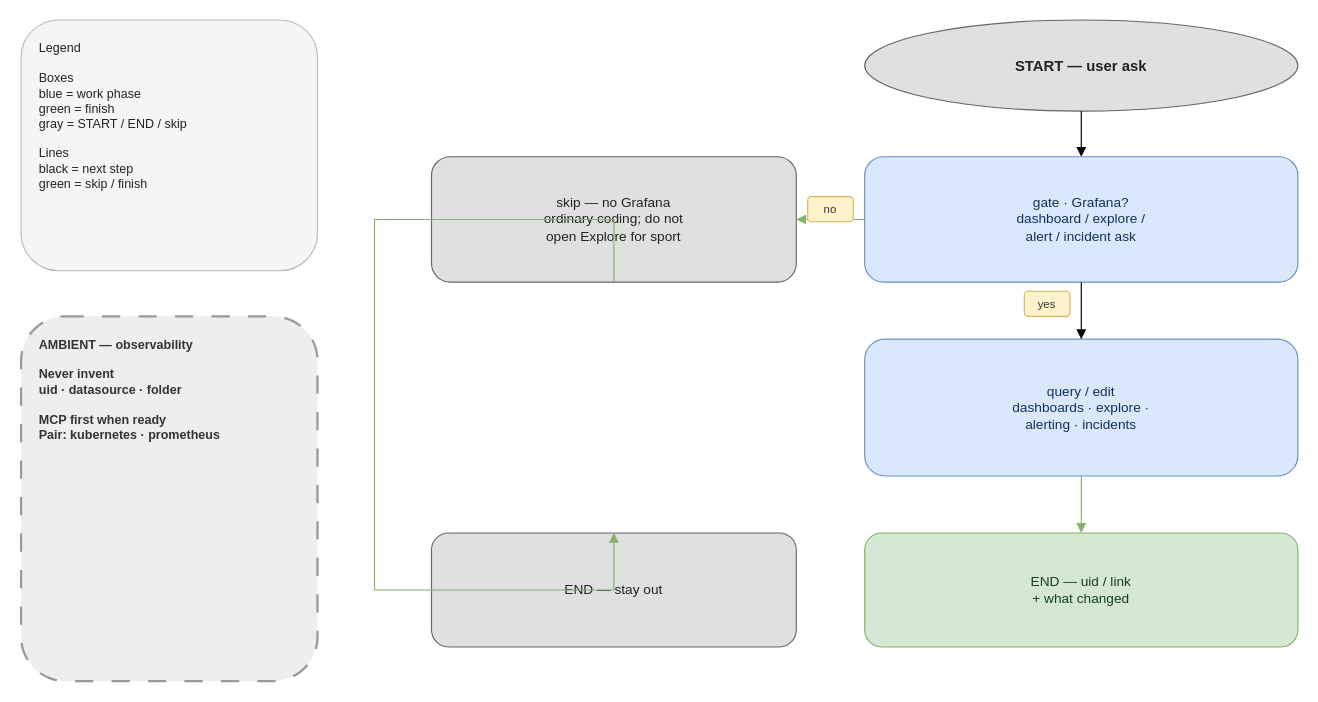
This is plugins/grafana/docs/grafana-workflow.drawio from nodadyoushutup/marketplace, a draw.io file, before an edit. Source tidied: cells renumbered, new cells numbered last; positions are measured from the earlier drawing's top-left corner, leaving out a move shared by most shapes. Both pictures are drawn from the tidied source at 114%, with x=0, y=0 at pixel (21, 19).
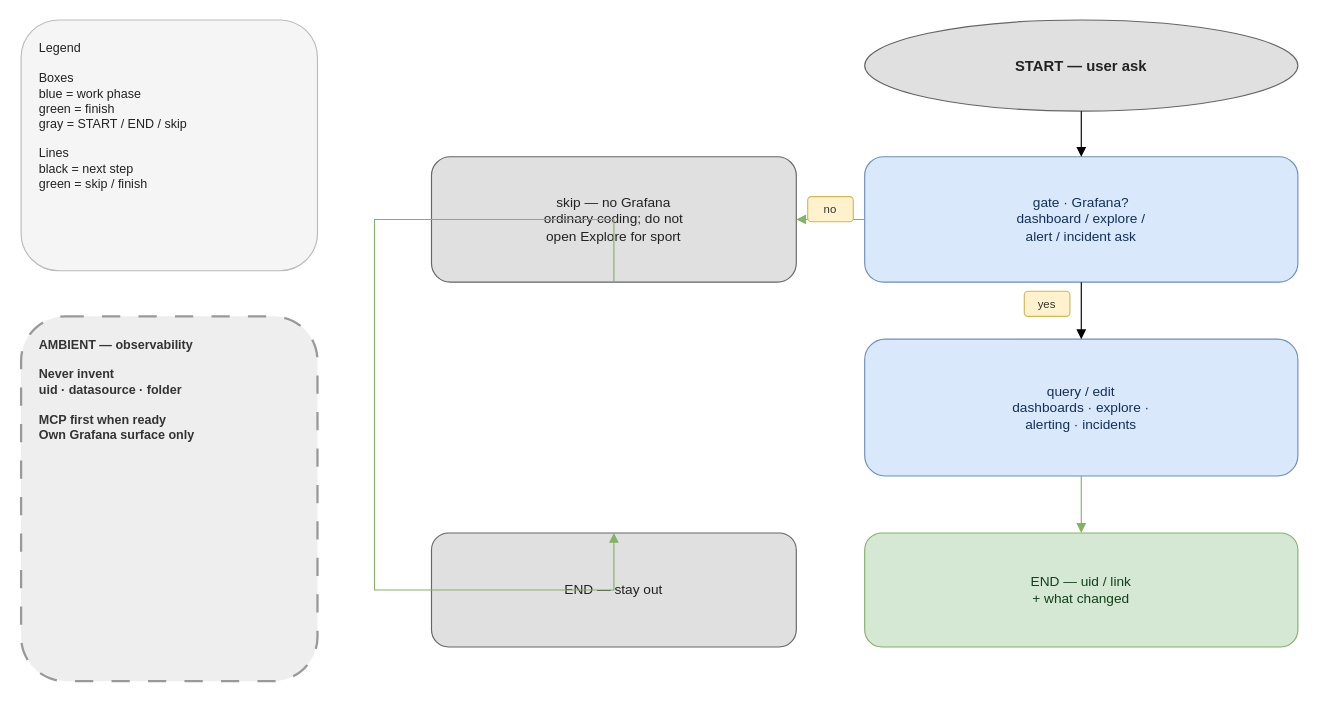
After the change.

What changed in the source:
```diff
@@
 <mxGraphModel>
   <root>
     <mxCell id="0" />
     <mxCell id="1" parent="0" />
     <mxCell id="2" value="Legend&#10;&#10;Boxes&#10;blue = work phase&#10;green = finish&#10;gray = START / END / skip&#10;&#10;Lines&#10;black = next step&#10;green = skip / finish" style="rounded=1;whiteSpace=wrap;html=1;align=left;verticalAlign=top;spacingLeft=14;spacingRight=14;spacingTop=12;spacingBottom=12;fontSize=11;fillColor=#f5f5f5;strokeColor=#bbbbbb;fontColor=#222222;" parent="1" vertex="1">
       <mxGeometry width="260" height="220" as="geometry" />
     </mxCell>
-    <mxCell id="3" value="AMBIENT — observability&#10;&#10;Never invent&#10;uid · datasource · folder&#10;&#10;MCP first when ready&#10;Pair: kubernetes · prometheus" style="rounded=1;whiteSpace=wrap;html=1;dashed=1;dashPattern=8 8;align=left;verticalAlign=top;spacingLeft=14;spacingRight=14;spacingTop=12;spacingBottom=12;fontSize=11;fontStyle=1;fillColor=#eeeeee;strokeColor=#999999;strokeWidth=2;fontColor=#333333;" parent="1" vertex="1">
+    <mxCell id="3" value="AMBIENT — observability&#10;&#10;Never invent&#10;uid · datasource · folder&#10;&#10;MCP first when ready&#10;Own Grafana surface only" style="rounded=1;whiteSpace=wrap;html=1;dashed=1;dashPattern=8 8;align=left;verticalAlign=top;spacingLeft=14;spacingRight=14;spacingTop=12;spacingBottom=12;fontSize=11;fontStyle=1;fillColor=#eeeeee;strokeColor=#999999;strokeWidth=2;fontColor=#333333;" parent="1" vertex="1">
       <mxGeometry y="260" width="260" height="320" as="geometry" />
     </mxCell>
     <mxCell id="4" value="START — user ask" style="ellipse;whiteSpace=wrap;html=1;align=center;verticalAlign=middle;fontSize=13;fontStyle=1;fillColor=#e0e0e0;strokeColor=#666666;fontColor=#222222;" parent="1" vertex="1">
       <mxGeometry x="740" width="380" height="80" as="geometry" />
     </mxCell>
     <mxCell id="5" value="gate · Grafana?&#10;dashboard / explore /&#10;alert / incident ask" style="rounded=1;whiteSpace=wrap;html=1;align=center;verticalAlign=middle;spacingLeft=12;spacingRight=12;fontSize=12;fillColor=#dae8fc;strokeColor=#6c8ebf;fontColor=#12305B;" parent="1" vertex="1">
       <mxGeometry x="740" y="120" width="380" height="110" as="geometry" />
     </mxCell>
     <mxCell id="6" value="skip — no Grafana&#10;ordinary coding; do not&#10;open Explore for sport" style="rounded=1;whiteSpace=wrap;html=1;align=center;verticalAlign=middle;spacingLeft=12;spacingRight=12;fontSize=12;fillColor=#e0e0e0;strokeColor=#666666;fontColor=#222222;" parent="1" vertex="1">
       <mxGeometry x="360" y="120" width="320" height="110" as="geometry" />
     </mxCell>
     <mxCell id="7" value="query / edit&#10;dashboards · explore ·&#10;alerting · incidents" style="rounded=1;whiteSpace=wrap;html=1;align=center;verticalAlign=middle;spacingLeft=12;spacingRight=12;fontSize=12;fillColor=#dae8fc;strokeColor=#6c8ebf;fontColor=#12305B;" parent="1" vertex="1">
       <mxGeometry x="740" y="280" width="380" height="120" as="geometry" />
     </mxCell>
     <mxCell id="8" value="END — uid / link&#10;+ what changed" style="rounded=1;whiteSpace=wrap;html=1;align=center;verticalAlign=middle;spacingLeft=12;spacingRight=12;fontSize=12;fillColor=#d5e8d4;strokeColor=#82b366;fontColor=#12401A;" parent="1" vertex="1">
       <mxGeometry x="740" y="450" width="380" height="100" as="geometry" />
     </mxCell>
     <mxCell id="9" value="END — stay out" style="rounded=1;whiteSpace=wrap;html=1;align=center;verticalAlign=middle;spacingLeft=12;spacingRight=12;fontSize=12;fillColor=#e0e0e0;strokeColor=#666666;fontColor=#222222;" parent="1" vertex="1">
       <mxGeometry x="360" y="450" width="320" height="100" as="geometry" />
     </mxCell>
     <mxCell id="10" style="edgeStyle=orthogonalEdgeStyle;rounded=0;html=1;endArrow=block;jumpStyle=arc;jumpSize=10;exitX=0.5;exitY=1;entryX=0.5;entryY=0;" parent="1" edge="1" source="4" target="5">
       <mxGeometry relative="1" as="geometry" />
     </mxCell>
     <mxCell id="11" style="edgeStyle=orthogonalEdgeStyle;rounded=0;html=1;endArrow=block;jumpStyle=arc;jumpSize=10;strokeColor=#82b366;exitX=0;exitY=0.5;entryX=1;entryY=0.5;" parent="1" edge="1" source="5" target="6">
       <mxGeometry relative="1" as="geometry" />
     </mxCell>
     <mxCell id="12" value="no" style="rounded=1;whiteSpace=wrap;html=1;align=center;verticalAlign=middle;fontSize=10;fillColor=#fff2cc;strokeColor=#d6b656;fontColor=#333333;" parent="1" vertex="1">
       <mxGeometry x="690" y="155" width="40" height="22" as="geometry" />
     </mxCell>
     <mxCell id="13" style="edgeStyle=orthogonalEdgeStyle;rounded=0;html=1;endArrow=block;jumpStyle=arc;jumpSize=10;exitX=0.5;exitY=1;entryX=0.5;entryY=0;" parent="1" edge="1" source="5" target="7">
       <mxGeometry relative="1" as="geometry" />
     </mxCell>
     <mxCell id="14" value="yes" style="rounded=1;whiteSpace=wrap;html=1;align=center;verticalAlign=middle;fontSize=10;fillColor=#fff2cc;strokeColor=#d6b656;fontColor=#333333;" parent="1" vertex="1">
       <mxGeometry x="880" y="238" width="40" height="22" as="geometry" />
     </mxCell>
     <mxCell id="15" style="edgeStyle=orthogonalEdgeStyle;rounded=0;html=1;endArrow=block;jumpStyle=arc;jumpSize=10;strokeColor=#82b366;exitX=0.5;exitY=1;entryX=0.5;entryY=0;" parent="1" edge="1" source="7" target="8">
       <mxGeometry relative="1" as="geometry" />
     </mxCell>
     <mxCell id="16" style="edgeStyle=orthogonalEdgeStyle;rounded=0;html=1;endArrow=block;jumpStyle=arc;jumpSize=10;strokeColor=#82b366;exitX=0.5;exitY=1;entryX=0.5;entryY=0;" parent="1" edge="1" source="6" target="9">
       <mxGeometry relative="1" as="geometry">
         <Array as="points">
           <mxPoint x="310" y="175" />
           <mxPoint x="310" y="500" />
         </Array>
       </mxGeometry>
     </mxCell>
   </root>
 </mxGraphModel>
```
